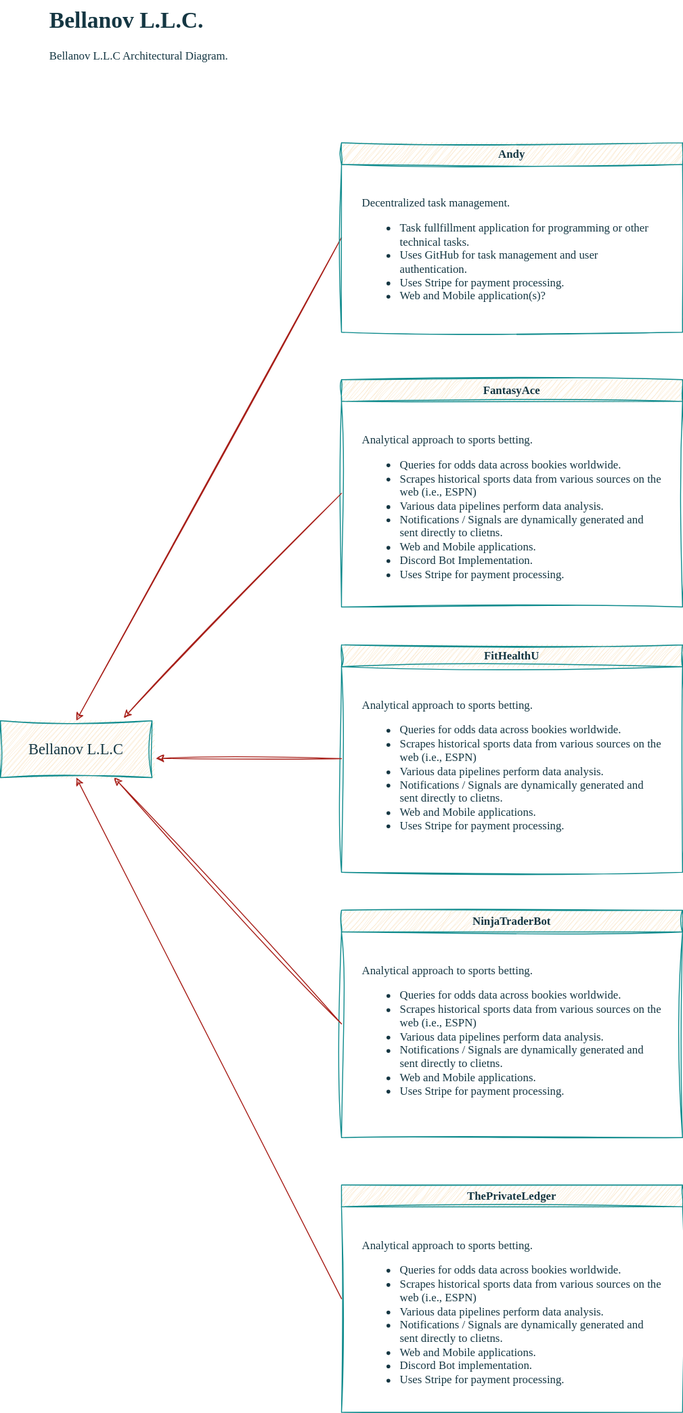
This is diagrams/Architecture.svg from bellanov/bellanov-llc, a draw.io export, as it was before one commit. Source tidied: cells renumbered, new cells last; positions are measured from the earlier drawing's top-left corner, leaving out a move shared by most shapes.
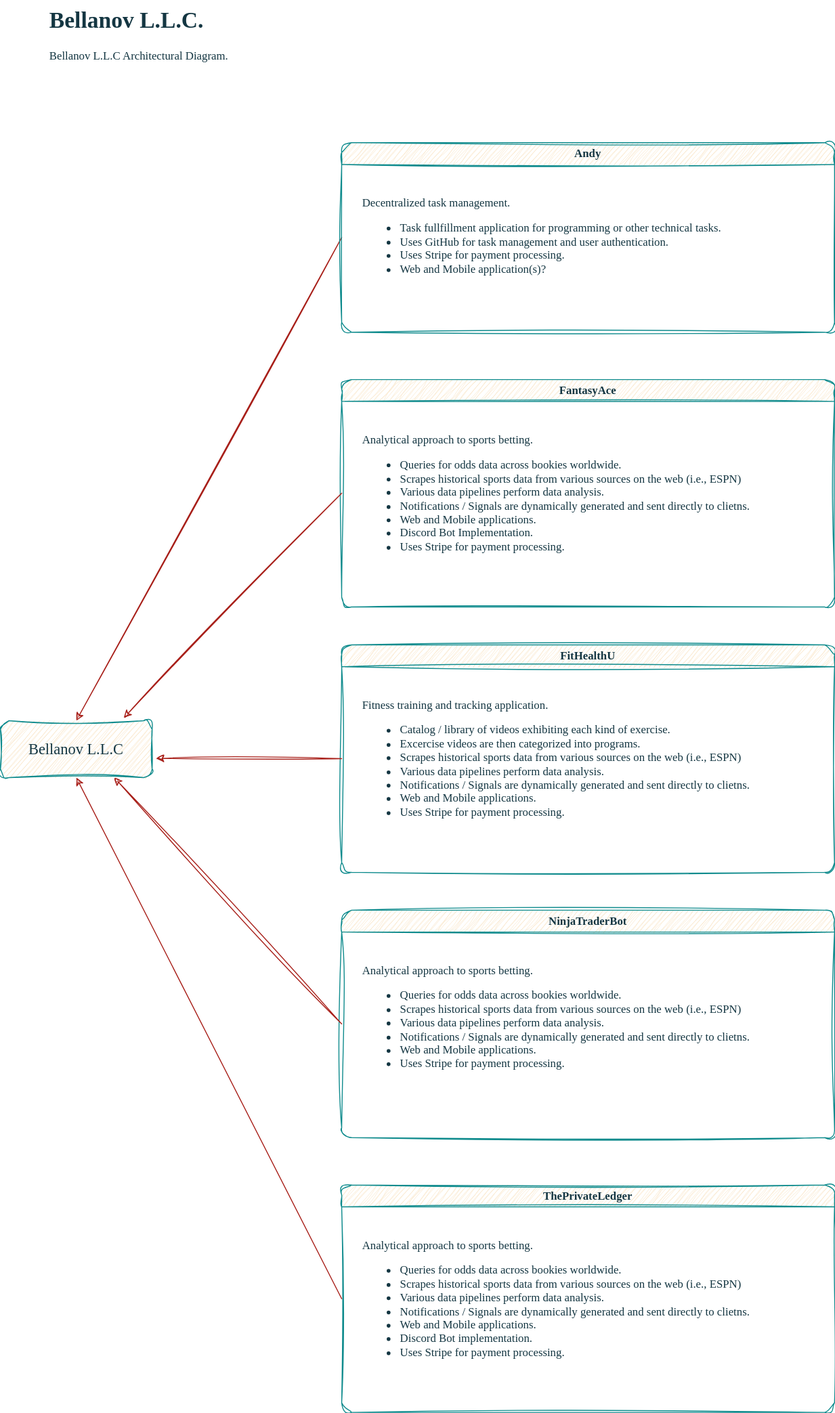
Above is the later version.

Commit message:
Architecture Checkpoint

What changed in the source:
```diff
@@ -2,63 +2,63 @@
   <root>
     <mxCell id="0" />
     <mxCell id="1" parent="0" />
-    <mxCell id="2" value="&lt;h1 style=&quot;margin-top: 0px;&quot;&gt;Bellanov L.L.C.&lt;/h1&gt;&lt;div&gt;Bellanov L.L.C Architectural Diagram.&lt;/div&gt;" style="text;html=1;whiteSpace=wrap;overflow=hidden;rounded=0;fontFamily=Verdana;fontColor=#143642;labelBackgroundColor=none;" parent="1" vertex="1">
+    <mxCell id="2" value="&lt;h1 style=&quot;margin-top: 0px;&quot;&gt;Bellanov L.L.C.&lt;/h1&gt;&lt;div&gt;Bellanov L.L.C Architectural Diagram.&lt;/div&gt;" style="text;html=1;whiteSpace=wrap;overflow=hidden;rounded=1;fontFamily=Verdana;fontColor=#143642;labelBackgroundColor=none;" parent="1" vertex="1">
       <mxGeometry x="50" width="260" height="80" as="geometry" />
     </mxCell>
-    <mxCell id="3" style="endArrow=classic;html=1;rounded=0;sketch=1;hachureGap=4;jiggle=2;curveFitting=1;strokeColor=#A8201A;fontFamily=Architects Daughter;fontSource=https%3A%2F%2Ffonts.googleapis.com%2Fcss%3Ffamily%3DArchitects%2BDaughter;fontColor=default;fillColor=#FAE5C7;labelBackgroundColor=none;exitX=0;exitY=0.5;exitDx=0;exitDy=0;entryX=0.5;entryY=0;entryDx=0;entryDy=0;" parent="1" edge="1" source="4" target="15">
+    <mxCell id="3" style="endArrow=classic;html=1;rounded=1;sketch=1;hachureGap=4;jiggle=2;curveFitting=1;strokeColor=#A8201A;fontFamily=Architects Daughter;fontSource=https%3A%2F%2Ffonts.googleapis.com%2Fcss%3Ffamily%3DArchitects%2BDaughter;fontColor=default;fillColor=#FAE5C7;labelBackgroundColor=none;exitX=0;exitY=0.5;exitDx=0;exitDy=0;entryX=0.5;entryY=0;entryDx=0;entryDy=0;" parent="1" edge="1" source="4" target="15">
       <mxGeometry relative="1" as="geometry" />
     </mxCell>
-    <mxCell id="4" value="Andy" style="swimlane;whiteSpace=wrap;html=1;sketch=1;hachureGap=4;jiggle=2;curveFitting=1;fontFamily=Verdana;labelBackgroundColor=none;fillColor=#FAE5C7;strokeColor=#0F8B8D;fontColor=#143642;" parent="1" vertex="1">
-      <mxGeometry x="360" y="150" width="360" height="200" as="geometry" />
+    <mxCell id="4" value="Andy" style="swimlane;whiteSpace=wrap;html=1;sketch=1;hachureGap=4;jiggle=2;curveFitting=1;fontFamily=Verdana;labelBackgroundColor=none;fillColor=#FAE5C7;strokeColor=#0F8B8D;fontColor=#143642;rounded=1;" parent="1" vertex="1">
+      <mxGeometry x="360" y="150" width="520" height="200" as="geometry" />
     </mxCell>
-    <mxCell id="5" value="&lt;div&gt;Decentralized task management.&lt;/div&gt;&lt;div&gt;&lt;ul&gt;&lt;li&gt;Task fullfillment application for programming or other technical tasks.&lt;/li&gt;&lt;li&gt;Uses GitHub for task management and user authentication.&lt;/li&gt;&lt;li&gt;Uses Stripe for payment processing.&lt;/li&gt;&lt;li&gt;Web and Mobile application(s)?&lt;br&gt;&lt;br&gt;&lt;/li&gt;&lt;/ul&gt;&lt;/div&gt;" style="text;html=1;whiteSpace=wrap;strokeColor=none;fillColor=none;align=left;verticalAlign=top;rounded=0;fontFamily=Architects Daughter;labelBackgroundColor=none;fontColor=#143642;" parent="4" vertex="1">
-      <mxGeometry x="20" y="50" width="320" height="130" as="geometry" />
+    <mxCell id="5" value="&lt;div&gt;Decentralized task management.&lt;/div&gt;&lt;div&gt;&lt;ul&gt;&lt;li&gt;Task fullfillment application for programming or other technical tasks.&lt;/li&gt;&lt;li&gt;Uses GitHub for task management and user authentication.&lt;/li&gt;&lt;li&gt;Uses Stripe for payment processing.&lt;/li&gt;&lt;li&gt;Web and Mobile application(s)?&lt;br&gt;&lt;br&gt;&lt;/li&gt;&lt;/ul&gt;&lt;/div&gt;" style="text;html=1;whiteSpace=wrap;strokeColor=none;fillColor=none;align=left;verticalAlign=top;rounded=1;fontFamily=Lucida Console;labelBackgroundColor=none;fontColor=#143642;" parent="4" vertex="1">
+      <mxGeometry x="20" y="50" width="480" height="130" as="geometry" />
     </mxCell>
-    <mxCell id="6" value="FantasyAce" style="swimlane;whiteSpace=wrap;html=1;sketch=1;hachureGap=4;jiggle=2;curveFitting=1;fontFamily=Verdana;labelBackgroundColor=none;fillColor=#FAE5C7;strokeColor=#0F8B8D;fontColor=#143642;" parent="1" vertex="1">
-      <mxGeometry x="360" y="400" width="360" height="240" as="geometry" />
+    <mxCell id="6" value="FantasyAce" style="swimlane;whiteSpace=wrap;html=1;sketch=1;hachureGap=4;jiggle=2;curveFitting=1;fontFamily=Verdana;labelBackgroundColor=none;fillColor=#FAE5C7;strokeColor=#0F8B8D;fontColor=#143642;rounded=1;" parent="1" vertex="1">
+      <mxGeometry x="360" y="400" width="520" height="240" as="geometry" />
     </mxCell>
-    <mxCell id="7" value="&lt;div&gt;Analytical approach to sports betting.&lt;/div&gt;&lt;div&gt;&lt;ul&gt;&lt;li&gt;Queries for odds data across bookies worldwide.&lt;/li&gt;&lt;li&gt;Scrapes historical sports data from various sources on the web (i.e., ESPN)&lt;/li&gt;&lt;li&gt;Various data pipelines perform data analysis.&lt;/li&gt;&lt;li&gt;Notifications / Signals are dynamically generated and sent directly to clietns.&lt;/li&gt;&lt;li&gt;Web and Mobile applications.&lt;/li&gt;&lt;li&gt;Discord Bot Implementation.&lt;/li&gt;&lt;li&gt;Uses Stripe for payment processing.&lt;/li&gt;&lt;/ul&gt;&lt;/div&gt;" style="text;html=1;whiteSpace=wrap;strokeColor=none;fillColor=none;align=left;verticalAlign=top;rounded=0;fontFamily=Architects Daughter;labelBackgroundColor=none;fontColor=#143642;" parent="6" vertex="1">
-      <mxGeometry x="20" y="50" width="320" height="170" as="geometry" />
+    <mxCell id="7" value="&lt;div&gt;Analytical approach to sports betting.&lt;/div&gt;&lt;div&gt;&lt;ul&gt;&lt;li&gt;Queries for odds data across bookies worldwide.&lt;/li&gt;&lt;li&gt;Scrapes historical sports data from various sources on the web (i.e., ESPN)&lt;/li&gt;&lt;li&gt;Various data pipelines perform data analysis.&lt;/li&gt;&lt;li&gt;Notifications / Signals are dynamically generated and sent directly to clietns.&lt;/li&gt;&lt;li&gt;Web and Mobile applications.&lt;/li&gt;&lt;li&gt;Discord Bot Implementation.&lt;/li&gt;&lt;li&gt;Uses Stripe for payment processing.&lt;/li&gt;&lt;/ul&gt;&lt;/div&gt;" style="text;html=1;whiteSpace=wrap;strokeColor=none;fillColor=none;align=left;verticalAlign=top;rounded=1;fontFamily=Lucida Console;labelBackgroundColor=none;fontColor=#143642;" parent="6" vertex="1">
+      <mxGeometry x="20" y="50" width="480" height="170" as="geometry" />
     </mxCell>
-    <mxCell id="8" value="ThePrivateLedger" style="swimlane;whiteSpace=wrap;html=1;sketch=1;hachureGap=4;jiggle=2;curveFitting=1;fontFamily=Verdana;labelBackgroundColor=none;fillColor=#FAE5C7;strokeColor=#0F8B8D;fontColor=#143642;" parent="1" vertex="1">
-      <mxGeometry x="360" y="1250" width="360" height="240" as="geometry" />
+    <mxCell id="8" value="ThePrivateLedger" style="swimlane;whiteSpace=wrap;html=1;sketch=1;hachureGap=4;jiggle=2;curveFitting=1;fontFamily=Verdana;labelBackgroundColor=none;fillColor=#FAE5C7;strokeColor=#0F8B8D;fontColor=#143642;rounded=1;" parent="1" vertex="1">
+      <mxGeometry x="360" y="1250" width="520" height="240" as="geometry" />
     </mxCell>
-    <mxCell id="9" value="&lt;div&gt;Analytical approach to sports betting.&lt;/div&gt;&lt;div&gt;&lt;ul&gt;&lt;li&gt;Queries for odds data across bookies worldwide.&lt;/li&gt;&lt;li&gt;Scrapes historical sports data from various sources on the web (i.e., ESPN)&lt;/li&gt;&lt;li&gt;Various data pipelines perform data analysis.&lt;/li&gt;&lt;li&gt;Notifications / Signals are dynamically generated and sent directly to clietns.&lt;/li&gt;&lt;li&gt;Web and Mobile applications.&lt;/li&gt;&lt;li&gt;Discord Bot implementation.&lt;/li&gt;&lt;li&gt;Uses Stripe for payment processing.&lt;/li&gt;&lt;/ul&gt;&lt;/div&gt;" style="text;html=1;whiteSpace=wrap;strokeColor=none;fillColor=none;align=left;verticalAlign=top;rounded=0;fontFamily=Architects Daughter;labelBackgroundColor=none;fontColor=#143642;" parent="8" vertex="1">
-      <mxGeometry x="20" y="50" width="320" height="180" as="geometry" />
+    <mxCell id="9" value="&lt;div&gt;Analytical approach to sports betting.&lt;/div&gt;&lt;div&gt;&lt;ul&gt;&lt;li&gt;Queries for odds data across bookies worldwide.&lt;/li&gt;&lt;li&gt;Scrapes historical sports data from various sources on the web (i.e., ESPN)&lt;/li&gt;&lt;li&gt;Various data pipelines perform data analysis.&lt;/li&gt;&lt;li&gt;Notifications / Signals are dynamically generated and sent directly to clietns.&lt;/li&gt;&lt;li&gt;Web and Mobile applications.&lt;/li&gt;&lt;li&gt;Discord Bot implementation.&lt;/li&gt;&lt;li&gt;Uses Stripe for payment processing.&lt;/li&gt;&lt;/ul&gt;&lt;/div&gt;" style="text;html=1;whiteSpace=wrap;strokeColor=none;fillColor=none;align=left;verticalAlign=top;rounded=1;fontFamily=Lucida Console;labelBackgroundColor=none;fontColor=#143642;" parent="8" vertex="1">
+      <mxGeometry x="20" y="50" width="480" height="180" as="geometry" />
     </mxCell>
-    <mxCell id="10" value="FitHealthU" style="swimlane;whiteSpace=wrap;html=1;sketch=1;hachureGap=4;jiggle=2;curveFitting=1;fontFamily=Verdana;labelBackgroundColor=none;fillColor=#FAE5C7;strokeColor=#0F8B8D;fontColor=#143642;" parent="1" vertex="1">
-      <mxGeometry x="360" y="680" width="360" height="240" as="geometry" />
+    <mxCell id="10" value="FitHealthU" style="swimlane;whiteSpace=wrap;html=1;sketch=1;hachureGap=4;jiggle=2;curveFitting=1;fontFamily=Verdana;labelBackgroundColor=none;fillColor=#FAE5C7;strokeColor=#0F8B8D;fontColor=#143642;rounded=1;" parent="1" vertex="1">
+      <mxGeometry x="360" y="680" width="520" height="240" as="geometry" />
     </mxCell>
-    <mxCell id="11" value="&lt;div&gt;Analytical approach to sports betting.&lt;/div&gt;&lt;div&gt;&lt;ul&gt;&lt;li&gt;Queries for odds data across bookies worldwide.&lt;/li&gt;&lt;li&gt;Scrapes historical sports data from various sources on the web (i.e., ESPN)&lt;/li&gt;&lt;li&gt;Various data pipelines perform data analysis.&lt;/li&gt;&lt;li&gt;Notifications / Signals are dynamically generated and sent directly to clietns.&lt;/li&gt;&lt;li&gt;Web and Mobile applications.&lt;/li&gt;&lt;li&gt;Uses Stripe for payment processing.&lt;/li&gt;&lt;/ul&gt;&lt;/div&gt;" style="text;html=1;whiteSpace=wrap;strokeColor=none;fillColor=none;align=left;verticalAlign=top;rounded=0;fontFamily=Architects Daughter;labelBackgroundColor=none;fontColor=#143642;" parent="10" vertex="1">
-      <mxGeometry x="20" y="50" width="320" height="130" as="geometry" />
+    <mxCell id="11" value="&lt;div&gt;Fitness training and tracking application.&lt;/div&gt;&lt;div&gt;&lt;ul&gt;&lt;li&gt;Catalog / library of videos exhibiting each kind of exercise.&lt;/li&gt;&lt;li&gt;Excercise videos are then categorized into programs.&lt;/li&gt;&lt;li&gt;Scrapes historical sports data from various sources on the web (i.e., ESPN)&lt;/li&gt;&lt;li&gt;Various data pipelines perform data analysis.&lt;/li&gt;&lt;li&gt;Notifications / Signals are dynamically generated and sent directly to clietns.&lt;/li&gt;&lt;li&gt;Web and Mobile applications.&lt;/li&gt;&lt;li&gt;Uses Stripe for payment processing.&lt;/li&gt;&lt;/ul&gt;&lt;/div&gt;" style="text;html=1;whiteSpace=wrap;strokeColor=none;fillColor=none;align=left;verticalAlign=top;rounded=1;fontFamily=Lucida Console;labelBackgroundColor=none;fontColor=#143642;" parent="10" vertex="1">
+      <mxGeometry x="20" y="50" width="490" height="170" as="geometry" />
     </mxCell>
-    <mxCell id="12" value="NinjaTraderBot" style="swimlane;whiteSpace=wrap;html=1;sketch=1;hachureGap=4;jiggle=2;curveFitting=1;fontFamily=Verdana;labelBackgroundColor=none;fillColor=#FAE5C7;strokeColor=#0F8B8D;fontColor=#143642;" parent="1" vertex="1">
-      <mxGeometry x="360" y="960" width="360" height="240" as="geometry" />
+    <mxCell id="12" value="NinjaTraderBot" style="swimlane;whiteSpace=wrap;html=1;sketch=1;hachureGap=4;jiggle=2;curveFitting=1;fontFamily=Verdana;labelBackgroundColor=none;fillColor=#FAE5C7;strokeColor=#0F8B8D;fontColor=#143642;rounded=1;" parent="1" vertex="1">
+      <mxGeometry x="360" y="960" width="520" height="240" as="geometry" />
     </mxCell>
-    <mxCell id="13" value="&lt;div&gt;Analytical approach to sports betting.&lt;/div&gt;&lt;div&gt;&lt;ul&gt;&lt;li&gt;Queries for odds data across bookies worldwide.&lt;/li&gt;&lt;li&gt;Scrapes historical sports data from various sources on the web (i.e., ESPN)&lt;/li&gt;&lt;li&gt;Various data pipelines perform data analysis.&lt;/li&gt;&lt;li&gt;Notifications / Signals are dynamically generated and sent directly to clietns.&lt;/li&gt;&lt;li&gt;Web and Mobile applications.&lt;/li&gt;&lt;li&gt;Uses Stripe for payment processing.&lt;/li&gt;&lt;/ul&gt;&lt;/div&gt;" style="text;html=1;whiteSpace=wrap;strokeColor=none;fillColor=none;align=left;verticalAlign=top;rounded=0;fontFamily=Architects Daughter;labelBackgroundColor=none;fontColor=#143642;" parent="12" vertex="1">
-      <mxGeometry x="20" y="50" width="320" height="130" as="geometry" />
+    <mxCell id="13" value="&lt;div&gt;Analytical approach to sports betting.&lt;/div&gt;&lt;div&gt;&lt;ul&gt;&lt;li&gt;Queries for odds data across bookies worldwide.&lt;/li&gt;&lt;li&gt;Scrapes historical sports data from various sources on the web (i.e., ESPN)&lt;/li&gt;&lt;li&gt;Various data pipelines perform data analysis.&lt;/li&gt;&lt;li&gt;Notifications / Signals are dynamically generated and sent directly to clietns.&lt;/li&gt;&lt;li&gt;Web and Mobile applications.&lt;/li&gt;&lt;li&gt;Uses Stripe for payment processing.&lt;/li&gt;&lt;/ul&gt;&lt;/div&gt;" style="text;html=1;whiteSpace=wrap;strokeColor=none;fillColor=none;align=left;verticalAlign=top;rounded=1;fontFamily=Lucida Console;labelBackgroundColor=none;fontColor=#143642;" parent="12" vertex="1">
+      <mxGeometry x="20" y="50" width="480" height="170" as="geometry" />
     </mxCell>
-    <mxCell id="14" style="group;" parent="1" vertex="1">
+    <mxCell id="14" style="group;rounded=1;" parent="1" vertex="1">
       <mxGeometry y="760" width="160" height="60" as="geometry" />
     </mxCell>
-    <mxCell id="15" style="rounded=0;whiteSpace=wrap;html=1;sketch=1;curveFitting=1;jiggle=2;labelBackgroundColor=none;fillColor=#FAE5C7;strokeColor=#0F8B8D;fontColor=#143642;" parent="14" vertex="1">
+    <mxCell id="15" style="rounded=1;whiteSpace=wrap;html=1;sketch=1;curveFitting=1;jiggle=2;labelBackgroundColor=none;fillColor=#FAE5C7;strokeColor=#0F8B8D;fontColor=#143642;" parent="14" vertex="1">
       <mxGeometry width="160" height="60" as="geometry" />
     </mxCell>
-    <mxCell id="16" value="Bellanov L.L.C" style="text;html=1;whiteSpace=wrap;strokeColor=none;fillColor=none;align=center;verticalAlign=middle;rounded=0;fontSize=16;sketch=1;curveFitting=1;jiggle=2;labelBackgroundColor=none;fontColor=#143642;fontFamily=Verdana;" parent="14" vertex="1">
+    <mxCell id="16" value="Bellanov L.L.C" style="text;html=1;whiteSpace=wrap;strokeColor=none;fillColor=none;align=center;verticalAlign=middle;rounded=1;fontSize=16;sketch=1;curveFitting=1;jiggle=2;labelBackgroundColor=none;fontColor=#143642;fontFamily=Verdana;" parent="14" vertex="1">
       <mxGeometry x="10" y="15" width="140" height="30" as="geometry" />
     </mxCell>
-    <mxCell id="17" style="endArrow=classic;html=1;rounded=0;sketch=1;hachureGap=4;jiggle=2;curveFitting=1;strokeColor=#A8201A;fontFamily=Architects Daughter;fontSource=https%3A%2F%2Ffonts.googleapis.com%2Fcss%3Ffamily%3DArchitects%2BDaughter;fontColor=default;fillColor=#FAE5C7;labelBackgroundColor=none;exitX=0;exitY=0.5;exitDx=0;exitDy=0;" parent="1" edge="1" source="6">
+    <mxCell id="17" style="endArrow=classic;html=1;rounded=1;sketch=1;hachureGap=4;jiggle=2;curveFitting=1;strokeColor=#A8201A;fontFamily=Architects Daughter;fontSource=https%3A%2F%2Ffonts.googleapis.com%2Fcss%3Ffamily%3DArchitects%2BDaughter;fontColor=default;fillColor=#FAE5C7;labelBackgroundColor=none;exitX=0;exitY=0.5;exitDx=0;exitDy=0;" parent="1" edge="1" source="6">
       <mxGeometry relative="1" as="geometry">
         <mxPoint x="130" y="757" as="targetPoint" />
       </mxGeometry>
     </mxCell>
-    <mxCell id="18" style="endArrow=classic;html=1;rounded=0;sketch=1;hachureGap=4;jiggle=2;curveFitting=1;strokeColor=#A8201A;fontFamily=Architects Daughter;fontSource=https%3A%2F%2Ffonts.googleapis.com%2Fcss%3Ffamily%3DArchitects%2BDaughter;fontColor=default;fillColor=#FAE5C7;labelBackgroundColor=none;exitX=0;exitY=0.5;exitDx=0;exitDy=0;entryX=0.5;entryY=1;entryDx=0;entryDy=0;" parent="1" edge="1" source="8" target="15">
+    <mxCell id="18" style="endArrow=classic;html=1;rounded=1;sketch=1;hachureGap=4;jiggle=2;curveFitting=1;strokeColor=#A8201A;fontFamily=Architects Daughter;fontSource=https%3A%2F%2Ffonts.googleapis.com%2Fcss%3Ffamily%3DArchitects%2BDaughter;fontColor=default;fillColor=#FAE5C7;labelBackgroundColor=none;exitX=0;exitY=0.5;exitDx=0;exitDy=0;entryX=0.5;entryY=1;entryDx=0;entryDy=0;" parent="1" edge="1" source="8" target="15">
       <mxGeometry relative="1" as="geometry" />
     </mxCell>
-    <mxCell id="19" style="endArrow=classic;html=1;rounded=0;sketch=1;hachureGap=4;jiggle=2;curveFitting=1;strokeColor=#A8201A;fontFamily=Architects Daughter;fontSource=https%3A%2F%2Ffonts.googleapis.com%2Fcss%3Ffamily%3DArchitects%2BDaughter;fontColor=default;fillColor=#FAE5C7;labelBackgroundColor=none;exitX=0;exitY=0.5;exitDx=0;exitDy=0;entryX=1.026;entryY=0.663;entryDx=0;entryDy=0;entryPerimeter=0;" parent="1" edge="1" source="10" target="15">
+    <mxCell id="19" style="endArrow=classic;html=1;rounded=1;sketch=1;hachureGap=4;jiggle=2;curveFitting=1;strokeColor=#A8201A;fontFamily=Architects Daughter;fontSource=https%3A%2F%2Ffonts.googleapis.com%2Fcss%3Ffamily%3DArchitects%2BDaughter;fontColor=default;fillColor=#FAE5C7;labelBackgroundColor=none;exitX=0;exitY=0.5;exitDx=0;exitDy=0;entryX=1.026;entryY=0.663;entryDx=0;entryDy=0;entryPerimeter=0;" parent="1" edge="1" source="10" target="15">
       <mxGeometry relative="1" as="geometry" />
     </mxCell>
-    <mxCell id="20" style="endArrow=classic;html=1;rounded=0;sketch=1;hachureGap=4;jiggle=2;curveFitting=1;strokeColor=#A8201A;fontFamily=Architects Daughter;fontSource=https%3A%2F%2Ffonts.googleapis.com%2Fcss%3Ffamily%3DArchitects%2BDaughter;fontColor=default;fillColor=#FAE5C7;labelBackgroundColor=none;entryX=0.75;entryY=1;entryDx=0;entryDy=0;exitX=0;exitY=0.5;exitDx=0;exitDy=0;" parent="1" edge="1" source="12" target="15">
+    <mxCell id="20" style="endArrow=classic;html=1;rounded=1;sketch=1;hachureGap=4;jiggle=2;curveFitting=1;strokeColor=#A8201A;fontFamily=Architects Daughter;fontSource=https%3A%2F%2Ffonts.googleapis.com%2Fcss%3Ffamily%3DArchitects%2BDaughter;fontColor=default;fillColor=#FAE5C7;labelBackgroundColor=none;entryX=0.75;entryY=1;entryDx=0;entryDy=0;exitX=0;exitY=0.5;exitDx=0;exitDy=0;" parent="1" edge="1" source="12" target="15">
       <mxGeometry relative="1" as="geometry" />
     </mxCell>
   </root>
```
